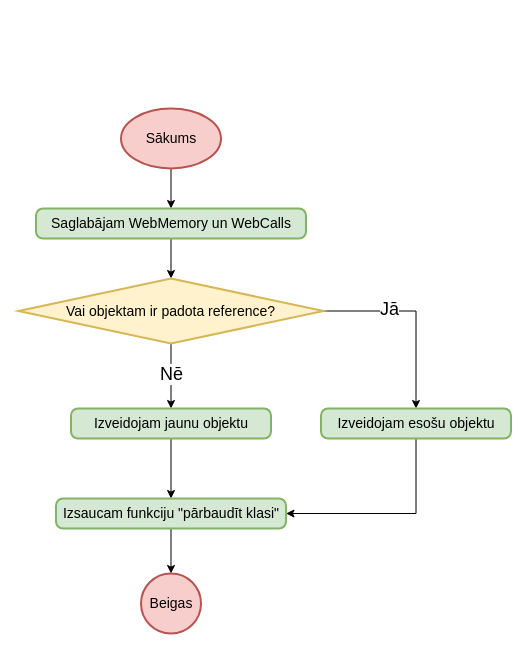
This is page "Konstruktors" (1 of 6) of src/Kvalifikacijas darbs/Diagrammas/Ģenerētais kods.drawio from artiks12/webAppOS, a draw.io file, before an edit. Source tidied: cells renumbered, new cells numbered last; positions are measured from the earlier drawing's top-left corner, leaving out a move shared by most shapes. Both pictures are drawn from the tidied source at 100%, with x=0, y=0 at pixel (18, 108).
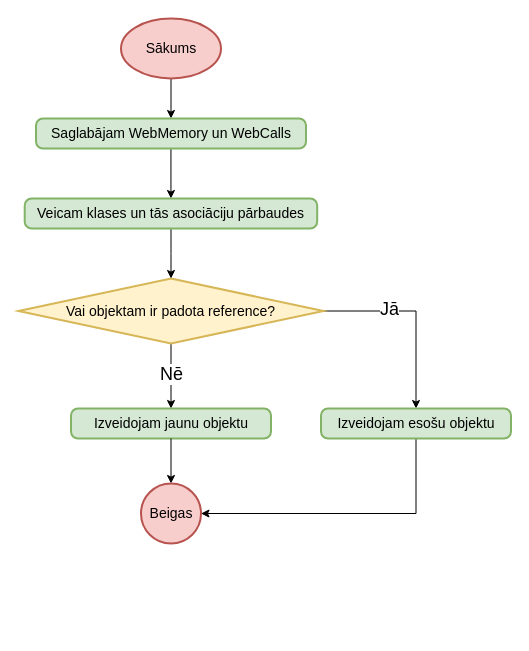
After the change.

Diff of the diagram source:
```diff
@@
 <mxGraphModel>
   <root>
     <mxCell id="0" />
     <mxCell id="1" parent="0" />
     <mxCell id="2" style="edgeStyle=orthogonalEdgeStyle;rounded=0;jettySize=auto;html=1;entryX=0.5;entryY=0;entryDx=0;entryDy=0;" parent="1" edge="1" source="3" target="5">
       <mxGeometry relative="1" as="geometry" />
     </mxCell>
     <mxCell id="3" value="Sākums" style="strokeWidth=2;html=1;shape=mxgraph.flowchart.start_1;whiteSpace=wrap;fontSize=14;fillColor=#f8cecc;strokeColor=#b85450;" parent="1" vertex="1">
-      <mxGeometry x="102.5" width="100" height="60" as="geometry" />
+      <mxGeometry x="102.5" y="-90" width="100" height="60" as="geometry" />
     </mxCell>
-    <mxCell id="4" style="edgeStyle=orthogonalEdgeStyle;rounded=0;jettySize=auto;html=1;entryX=0.5;entryY=0;entryDx=0;entryDy=0;entryPerimeter=0;" parent="1" edge="1" source="5" target="9">
+    <mxCell id="4" style="edgeStyle=orthogonalEdgeStyle;rounded=0;jettySize=auto;html=1;entryX=0.5;entryY=0;entryDx=0;entryDy=0;" parent="1" edge="1" source="5" target="19">
       <mxGeometry relative="1" as="geometry" />
     </mxCell>
     <mxCell id="5" value="Saglabājam WebMemory un WebCalls" style="rounded=1;whiteSpace=wrap;html=1;absoluteArcSize=1;arcSize=14;strokeWidth=2;fontSize=14;fillColor=#d5e8d4;strokeColor=#82b366;" parent="1" vertex="1">
-      <mxGeometry x="17.5" y="100" width="270" height="30" as="geometry" />
+      <mxGeometry x="17.5" y="10" width="270" height="30" as="geometry" />
     </mxCell>
     <mxCell id="6" style="edgeStyle=orthogonalEdgeStyle;rounded=0;jettySize=auto;html=1;exitX=1;exitY=0.5;exitDx=0;exitDy=0;exitPerimeter=0;entryX=0.5;entryY=0;entryDx=0;entryDy=0;" parent="1" edge="1" source="9" target="11">
       <mxGeometry relative="1" as="geometry" />
     </mxCell>
     <mxCell id="7" style="edgeStyle=orthogonalEdgeStyle;rounded=0;jettySize=auto;html=1;entryX=0.5;entryY=0;entryDx=0;entryDy=0;" parent="1" edge="1" source="9" target="13">
       <mxGeometry relative="1" as="geometry" />
     </mxCell>
     <mxCell id="8" value="&lt;font style=&quot;font-size: 18px&quot;&gt;Nē&lt;/font&gt;" style="edgeLabel;html=1;align=center;verticalAlign=middle;" parent="7" vertex="1">
       <mxGeometry x="-0.31" y="-2" relative="1" as="geometry">
         <mxPoint x="2" y="8" as="offset" />
       </mxGeometry>
     </mxCell>
     <mxCell id="9" value="Vai objektam ir padota reference?" style="strokeWidth=2;html=1;shape=mxgraph.flowchart.decision;whiteSpace=wrap;fontSize=14;fillColor=#fff2cc;strokeColor=#d6b656;" parent="1" vertex="1">
       <mxGeometry y="170" width="305" height="65" as="geometry" />
     </mxCell>
-    <mxCell id="10" style="edgeStyle=orthogonalEdgeStyle;rounded=0;jettySize=auto;html=1;entryX=1;entryY=0.5;entryDx=0;entryDy=0;exitX=0.5;exitY=1;exitDx=0;exitDy=0;" parent="1" edge="1" source="11" target="15">
+    <mxCell id="10" style="edgeStyle=orthogonalEdgeStyle;rounded=0;jettySize=auto;html=1;entryX=1;entryY=0.5;entryDx=0;entryDy=0;exitX=0.5;exitY=1;exitDx=0;exitDy=0;entryPerimeter=0;" parent="1" edge="1" source="11" target="16">
       <mxGeometry relative="1" as="geometry" />
     </mxCell>
     <mxCell id="11" value="Izveidojam esošu objektu" style="rounded=1;whiteSpace=wrap;html=1;absoluteArcSize=1;arcSize=14;strokeWidth=2;fontSize=14;fillColor=#d5e8d4;strokeColor=#82b366;" parent="1" vertex="1">
       <mxGeometry x="302.5" y="300" width="190" height="30" as="geometry" />
     </mxCell>
-    <mxCell id="12" style="edgeStyle=orthogonalEdgeStyle;rounded=0;jettySize=auto;html=1;" parent="1" edge="1" source="13" target="15">
-      <mxGeometry relative="1" as="geometry" />
-    </mxCell>
     <mxCell id="13" value="Izveidojam jaunu objektu" style="rounded=1;whiteSpace=wrap;html=1;absoluteArcSize=1;arcSize=14;strokeWidth=2;fontSize=14;fillColor=#d5e8d4;strokeColor=#82b366;" parent="1" vertex="1">
       <mxGeometry x="52.5" y="300" width="200" height="30" as="geometry" />
     </mxCell>
-    <mxCell id="14" style="edgeStyle=orthogonalEdgeStyle;rounded=0;jettySize=auto;html=1;entryX=0.5;entryY=0;entryDx=0;entryDy=0;entryPerimeter=0;" parent="1" edge="1" source="15" target="16">
+    <mxCell id="14" style="edgeStyle=orthogonalEdgeStyle;rounded=0;jettySize=auto;html=1;entryX=0.5;entryY=0;entryDx=0;entryDy=0;entryPerimeter=0;exitX=0.5;exitY=1;exitDx=0;exitDy=0;" parent="1" edge="1" source="13" target="16">
       <mxGeometry relative="1" as="geometry" />
     </mxCell>
-    <mxCell id="15" value="Izsaucam funkciju &quot;pārbaudīt klasi&quot;" style="rounded=1;whiteSpace=wrap;html=1;absoluteArcSize=1;arcSize=14;strokeWidth=2;fontSize=14;fillColor=#d5e8d4;strokeColor=#82b366;" parent="1" vertex="1">
-      <mxGeometry x="37.5" y="390" width="230" height="30" as="geometry" />
-    </mxCell>
     <mxCell id="16" value="Beigas" style="strokeWidth=2;html=1;shape=mxgraph.flowchart.start_2;whiteSpace=wrap;fontSize=14;fillColor=#f8cecc;strokeColor=#b85450;" parent="1" vertex="1">
-      <mxGeometry x="122.5" y="465" width="60" height="60" as="geometry" />
+      <mxGeometry x="122.5" y="375" width="60" height="60" as="geometry" />
     </mxCell>
     <mxCell id="17" value="&lt;font style=&quot;font-size: 18px&quot;&gt;Jā&lt;/font&gt;" style="edgeLabel;html=1;align=center;verticalAlign=middle;" parent="1" vertex="1">
       <mxGeometry x="370" y="200" as="geometry" />
     </mxCell>
+    <mxCell id="18" style="edgeStyle=orthogonalEdgeStyle;rounded=0;jettySize=auto;html=1;entryX=0.5;entryY=0;entryDx=0;entryDy=0;entryPerimeter=0;" parent="1" edge="1" source="19" target="9">
+      <mxGeometry relative="1" as="geometry" />
+    </mxCell>
+    <mxCell id="19" value="Veicam klases un tās asociāciju pārbaudes" style="rounded=1;whiteSpace=wrap;html=1;absoluteArcSize=1;arcSize=14;strokeWidth=2;fontSize=14;fillColor=#d5e8d4;strokeColor=#82b366;" parent="1" vertex="1">
+      <mxGeometry x="6.2" y="90" width="292.5" height="30" as="geometry" />
+    </mxCell>
   </root>
 </mxGraphModel>
```
